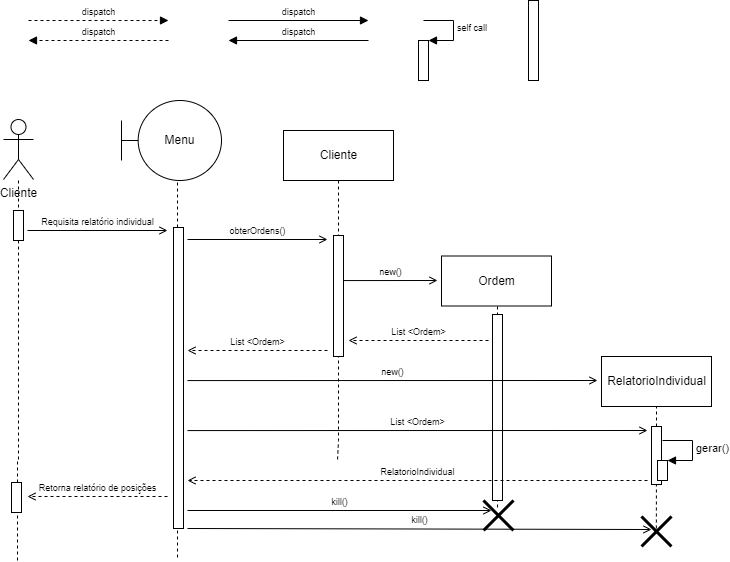
The draw.io diagram MarketDiagramasDeSequencia/MarketSequencia06.drawio.png in EijiDogen/FEI_MDSMarket, before a commit. Source tidied: cells renumbered, new cells last; positions are measured from the earlier drawing's top-left corner, leaving out a move shared by most shapes.
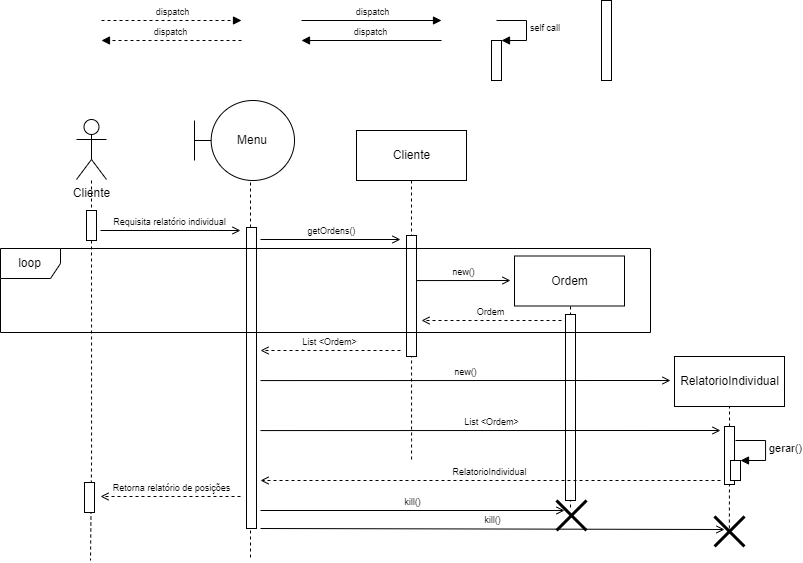
The same file after the commit.

The edit, as a diff of the source:
```diff
@@ -1,7 +1,6 @@
 <mxGraphModel>
   <root>
     <mxCell id="0" />
-    <mxCell id="1" value="Frames" parent="0" />
     <mxCell id="2" value="Lifeline" parent="0" />
     <mxCell id="3" style="edgeStyle=orthogonalEdgeStyle;rounded=0;orthogonalLoop=1;jettySize=auto;html=1;dashed=1;endArrow=none;endFill=0;" parent="2" edge="1">
       <mxGeometry relative="1" as="geometry">
@@ -185,13 +184,13 @@
         </Array>
       </mxGeometry>
     </mxCell>
-    <mxCell id="40" value="List &amp;lt;Ordem&amp;gt;" style="html=1;verticalAlign=bottom;endArrow=open;rounded=0;fontSize=9;dashed=1;endFill=0;" parent="24" edge="1">
+    <mxCell id="40" value="Ordem" style="html=1;verticalAlign=bottom;endArrow=open;rounded=0;fontSize=9;dashed=1;endFill=0;" parent="24" edge="1">
       <mxGeometry relative="1" as="geometry">
-        <mxPoint x="485" y="340" as="sourcePoint" />
-        <mxPoint x="345" y="340" as="targetPoint" />
+        <mxPoint x="485" y="320" as="sourcePoint" />
+        <mxPoint x="345" y="320" as="targetPoint" />
       </mxGeometry>
     </mxCell>
-    <mxCell id="41" value="obterOrdens()" style="html=1;verticalAlign=bottom;endArrow=open;rounded=0;fontSize=9;endFill=0;" parent="24" edge="1">
+    <mxCell id="41" value="getOrdens()" style="html=1;verticalAlign=bottom;endArrow=open;rounded=0;fontSize=9;endFill=0;" parent="24" edge="1">
       <mxGeometry relative="1" as="geometry">
         <mxPoint x="184" y="239" as="sourcePoint" />
         <mxPoint x="324" y="239" as="targetPoint" />
@@ -203,5 +202,9 @@
         <mxPoint x="24" y="496" as="targetPoint" />
       </mxGeometry>
     </mxCell>
+    <mxCell id="1" value="Frames" parent="0" />
+    <mxCell id="43" value="loop" style="shape=umlFrame;whiteSpace=wrap;html=1;" parent="1" vertex="1">
+      <mxGeometry x="-76" y="248" width="650" height="84" as="geometry" />
+    </mxCell>
   </root>
 </mxGraphModel>
```
